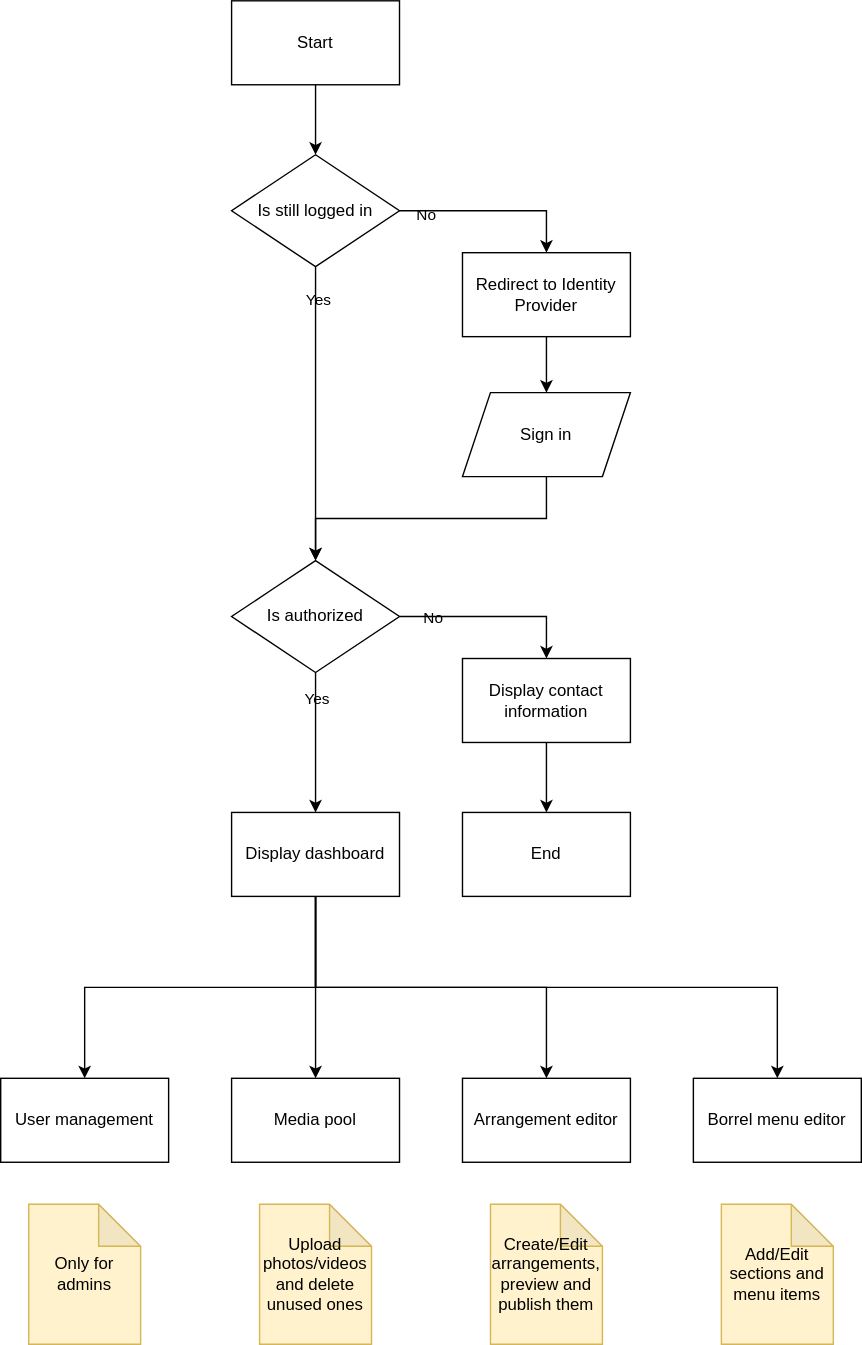
The draw.io diagram docs/flow_cms.drawio.svg in StudieverenigingSTORM/StoKa-TV, before a commit. Source tidied: cells renumbered, new cells last; positions are measured from the earlier drawing's top-left corner, leaving out a move shared by most shapes.
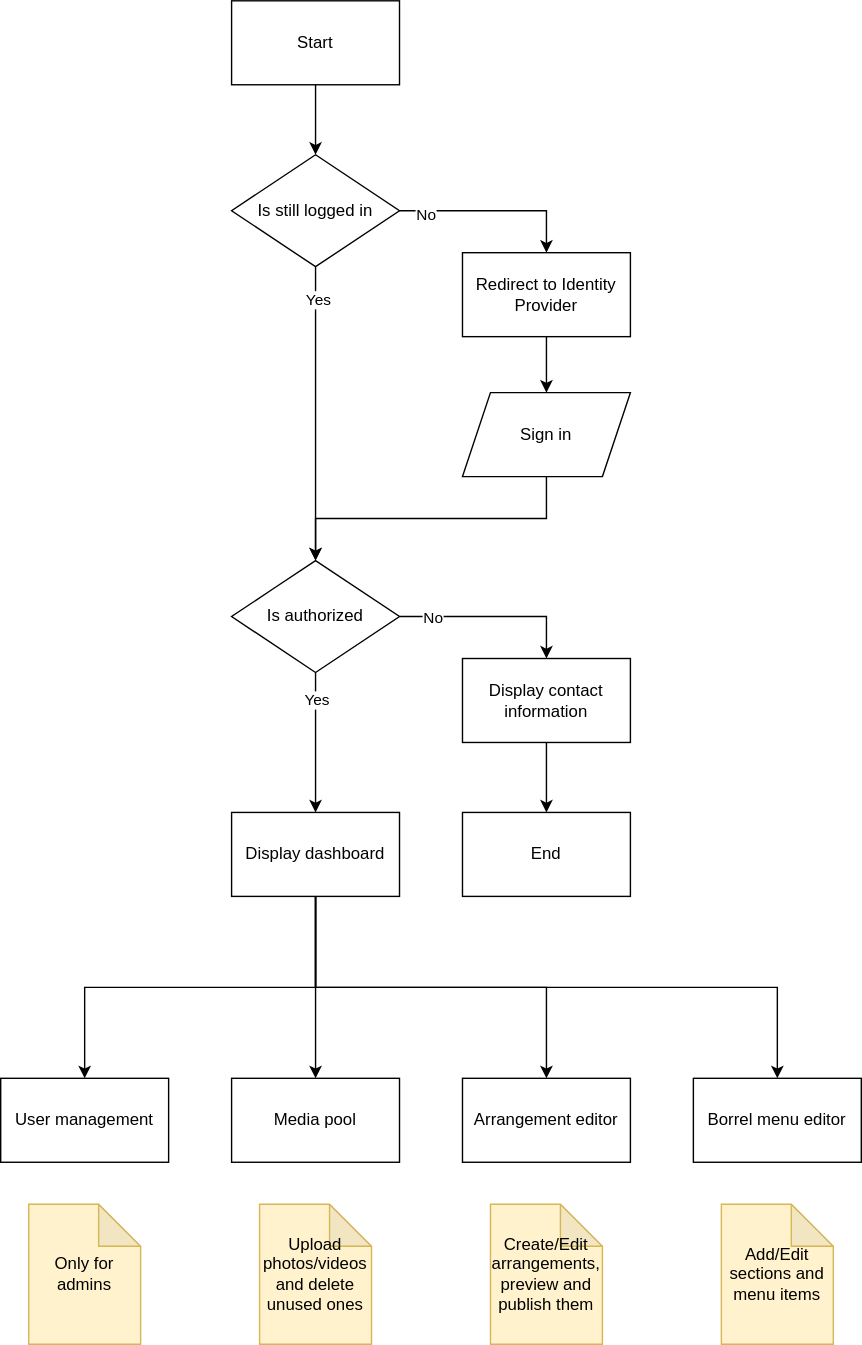
The same diagram one commit later.

Commit message:
Text background color

The edit, as a diff of the source:
```diff
@@ -17,13 +17,13 @@
     <mxCell id="6" style="edgeStyle=orthogonalEdgeStyle;rounded=1;jettySize=auto;html=1;exitX=1;exitY=0.5;exitDx=0;exitDy=0;entryX=0.5;entryY=0;entryDx=0;entryDy=0;labelBackgroundColor=none;fontColor=#0;fontSize=12;strokeColor=#000000;arcSize=0;" parent="1" edge="1" source="10" target="5">
       <mxGeometry relative="1" as="geometry" />
     </mxCell>
-    <mxCell id="7" value="No" style="edgeLabel;html=1;align=center;verticalAlign=middle;labelBackgroundColor=none;fontColor=#0;" parent="6" vertex="1">
+    <mxCell id="7" value="No" style="edgeLabel;html=1;align=center;verticalAlign=middle;labelBackgroundColor=#FFFFFF;fontColor=#000000;" parent="6" vertex="1">
       <mxGeometry x="-0.74" y="-2" relative="1" as="geometry" />
     </mxCell>
     <mxCell id="8" style="edgeStyle=orthogonalEdgeStyle;rounded=1;jettySize=auto;html=1;exitX=0.5;exitY=1;exitDx=0;exitDy=0;entryX=0.5;entryY=0;entryDx=0;entryDy=0;labelBackgroundColor=none;fontColor=#0;fontSize=12;strokeColor=#000000;arcSize=0;" parent="1" edge="1" source="10" target="17">
       <mxGeometry relative="1" as="geometry" />
     </mxCell>
-    <mxCell id="9" value="Yes" style="edgeLabel;html=1;align=center;verticalAlign=middle;labelBackgroundColor=none;fontColor=#0;" parent="8" vertex="1">
+    <mxCell id="9" value="Yes" style="edgeLabel;html=1;align=center;verticalAlign=middle;labelBackgroundColor=#FFFFFF;fontColor=#000000;" parent="8" vertex="1">
       <mxGeometry x="-0.78" y="1" relative="1" as="geometry" />
     </mxCell>
     <mxCell id="10" value="Is still logged in" style="rhombus;whiteSpace=wrap;html=1;fillColor=none;labelBackgroundColor=none;fontColor=#0;rounded=1;strokeColor=#000000;arcSize=0;" parent="1" vertex="1">
@@ -38,13 +38,13 @@
     <mxCell id="13" style="edgeStyle=orthogonalEdgeStyle;rounded=1;jettySize=auto;html=1;exitX=1;exitY=0.5;exitDx=0;exitDy=0;entryX=0.5;entryY=0;entryDx=0;entryDy=0;labelBackgroundColor=none;fontColor=#0;fontSize=12;strokeColor=#000000;arcSize=0;" parent="1" edge="1" source="17" target="19">
       <mxGeometry relative="1" as="geometry" />
     </mxCell>
-    <mxCell id="14" value="No" style="edgeLabel;html=1;align=center;verticalAlign=middle;labelBackgroundColor=none;fontColor=#0;" parent="13" vertex="1">
+    <mxCell id="14" value="No" style="edgeLabel;html=1;align=center;verticalAlign=middle;labelBackgroundColor=#FFFFFF;fontColor=#000000;" parent="13" vertex="1">
       <mxGeometry x="-0.66" relative="1" as="geometry" />
     </mxCell>
     <mxCell id="15" style="edgeStyle=orthogonalEdgeStyle;rounded=1;jettySize=auto;html=1;exitX=0.5;exitY=1;exitDx=0;exitDy=0;entryX=0.5;entryY=0;entryDx=0;entryDy=0;labelBackgroundColor=none;fontColor=#0;fontSize=12;strokeColor=#000000;arcSize=0;" parent="1" edge="1" source="17" target="25">
       <mxGeometry relative="1" as="geometry" />
     </mxCell>
-    <mxCell id="16" value="Yes" style="edgeLabel;html=1;align=center;verticalAlign=middle;labelBackgroundColor=none;fontColor=#0;" parent="15" vertex="1">
+    <mxCell id="16" value="Yes" style="edgeLabel;html=1;align=center;verticalAlign=middle;labelBackgroundColor=#FFFFFF;fontColor=#000000;" parent="15" vertex="1">
       <mxGeometry x="-0.63" relative="1" as="geometry" />
     </mxCell>
     <mxCell id="17" value="Is authorized" style="rhombus;whiteSpace=wrap;html=1;fillColor=none;labelBackgroundColor=none;fontColor=#0;rounded=1;strokeColor=#000000;arcSize=0;" parent="1" vertex="1">
```
